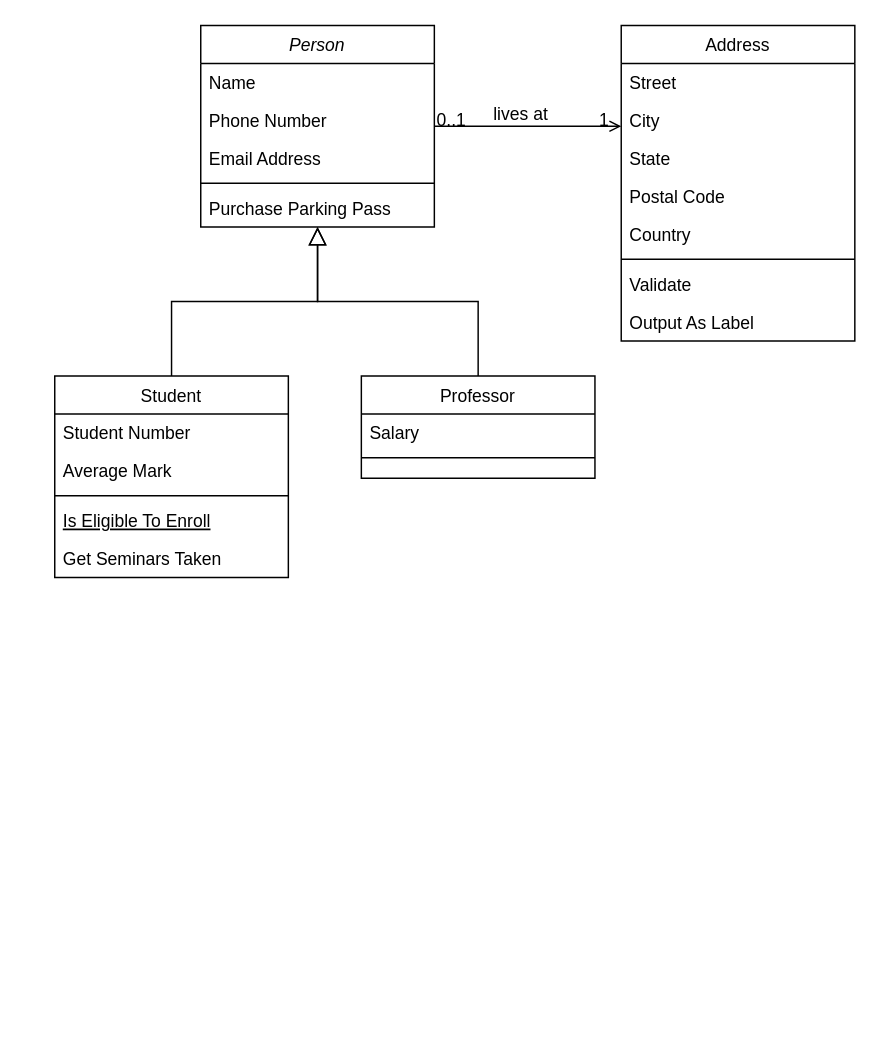
Before: CarRentalLLD.drawio in shanti1490/System-Design, a draw.io diagram. Source tidied: cells renumbered, new cells numbered last; positions are measured from the earlier drawing's top-left corner, leaving out a move shared by most shapes. Both pictures are drawn from the tidied source at 146%, with x=0, y=0 at pixel (54, 25).
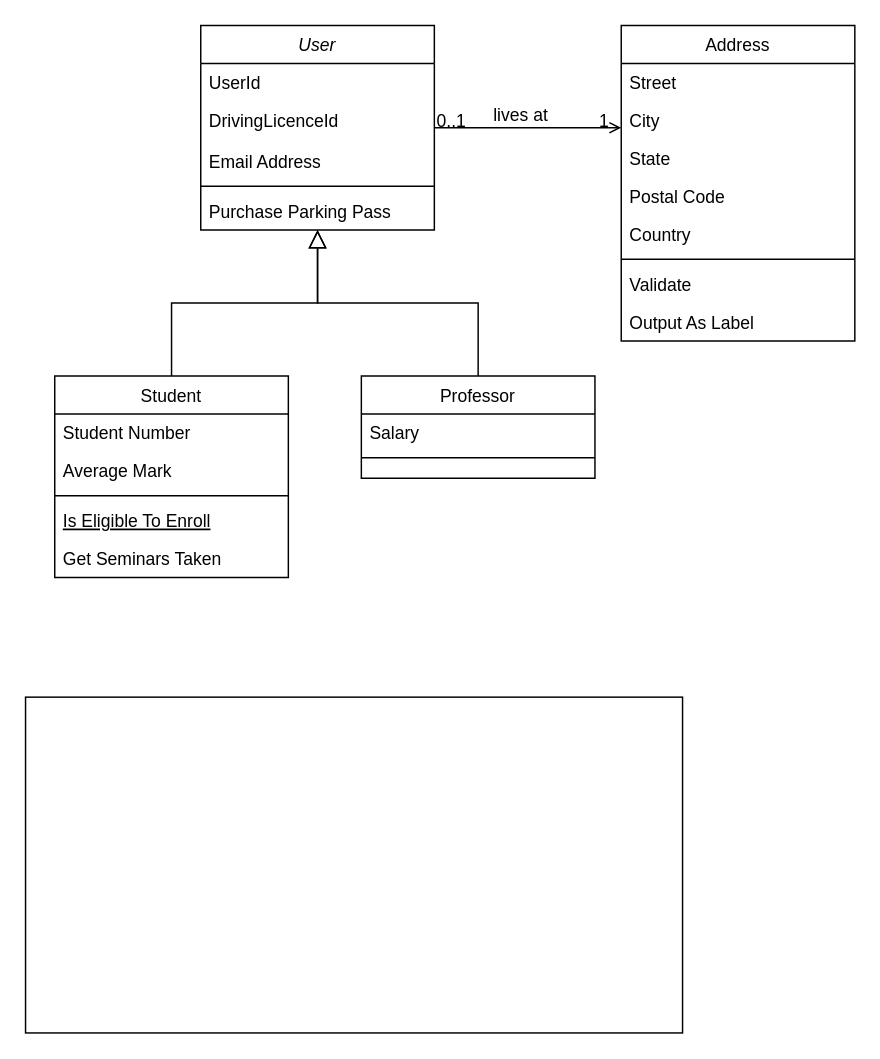
After the change.

The edit, as a diff of the source:
```diff
@@
-    <mxCell id="2" value="Person" style="swimlane;fontStyle=2;align=center;verticalAlign=top;horizontal=1;startSize=26;rounded=0;shadow=0;strokeWidth=1;" parent="1" vertex="1">
-      <mxGeometry x="100" width="160" height="138" as="geometry" />
+    <mxCell id="2" value="User" style="swimlane;fontStyle=2;align=center;verticalAlign=top;horizontal=1;startSize=26;rounded=0;shadow=0;strokeWidth=1;" parent="1" vertex="1">
+      <mxGeometry x="100" width="160" height="140" as="geometry" />
     </mxCell>
-    <mxCell id="3" value="Name" style="text;align=left;verticalAlign=top;spacingLeft=4;spacingRight=4;overflow=hidden;" parent="2" vertex="1">
+    <mxCell id="3" value="UserId" style="text;align=left;verticalAlign=top;spacingLeft=4;spacingRight=4;overflow=hidden;" parent="2" vertex="1">
       <mxGeometry y="26" width="160" height="26" as="geometry" />
     </mxCell>
-    <mxCell id="4" value="Phone Number" style="text;align=left;verticalAlign=top;spacingLeft=4;spacingRight=4;overflow=hidden;rounded=0;shadow=0;html=0;" parent="2" vertex="1">
-      <mxGeometry y="52" width="160" height="26" as="geometry" />
+    <mxCell id="4" value="DrivingLicenceId" style="text;align=left;verticalAlign=top;spacingLeft=4;spacingRight=4;overflow=hidden;rounded=0;shadow=0;html=0;" parent="2" vertex="1">
+      <mxGeometry y="52" width="160" height="28" as="geometry" />
     </mxCell>
     <mxCell id="5" value="Email Address" style="text;align=left;verticalAlign=top;spacingLeft=4;spacingRight=4;overflow=hidden;rounded=0;shadow=0;html=0;" parent="2" vertex="1">
-      <mxGeometry y="78" width="160" height="26" as="geometry" />
+      <mxGeometry y="80" width="160" height="26" as="geometry" />
     </mxCell>
     <mxCell id="6" style="line;html=1;strokeWidth=1;align=left;verticalAlign=middle;spacingTop=-1;spacingLeft=3;spacingRight=3;labelPosition=right;" parent="2" vertex="1">
-      <mxGeometry y="104" width="160" height="8" as="geometry" />
+      <mxGeometry y="106" width="160" height="8" as="geometry" />
     </mxCell>
     <mxCell id="7" value="Purchase Parking Pass" style="text;align=left;verticalAlign=top;spacingLeft=4;spacingRight=4;overflow=hidden;" parent="2" vertex="1">
-      <mxGeometry y="112" width="160" height="26" as="geometry" />
+      <mxGeometry y="114" width="160" height="26" as="geometry" />
     </mxCell>
@@
+    <mxCell id="32" style="rounded=0;whiteSpace=wrap;html=1;" parent="1" vertex="1">
+      <mxGeometry x="-20" y="460" width="450" height="230" as="geometry" />
+    </mxCell>
```
